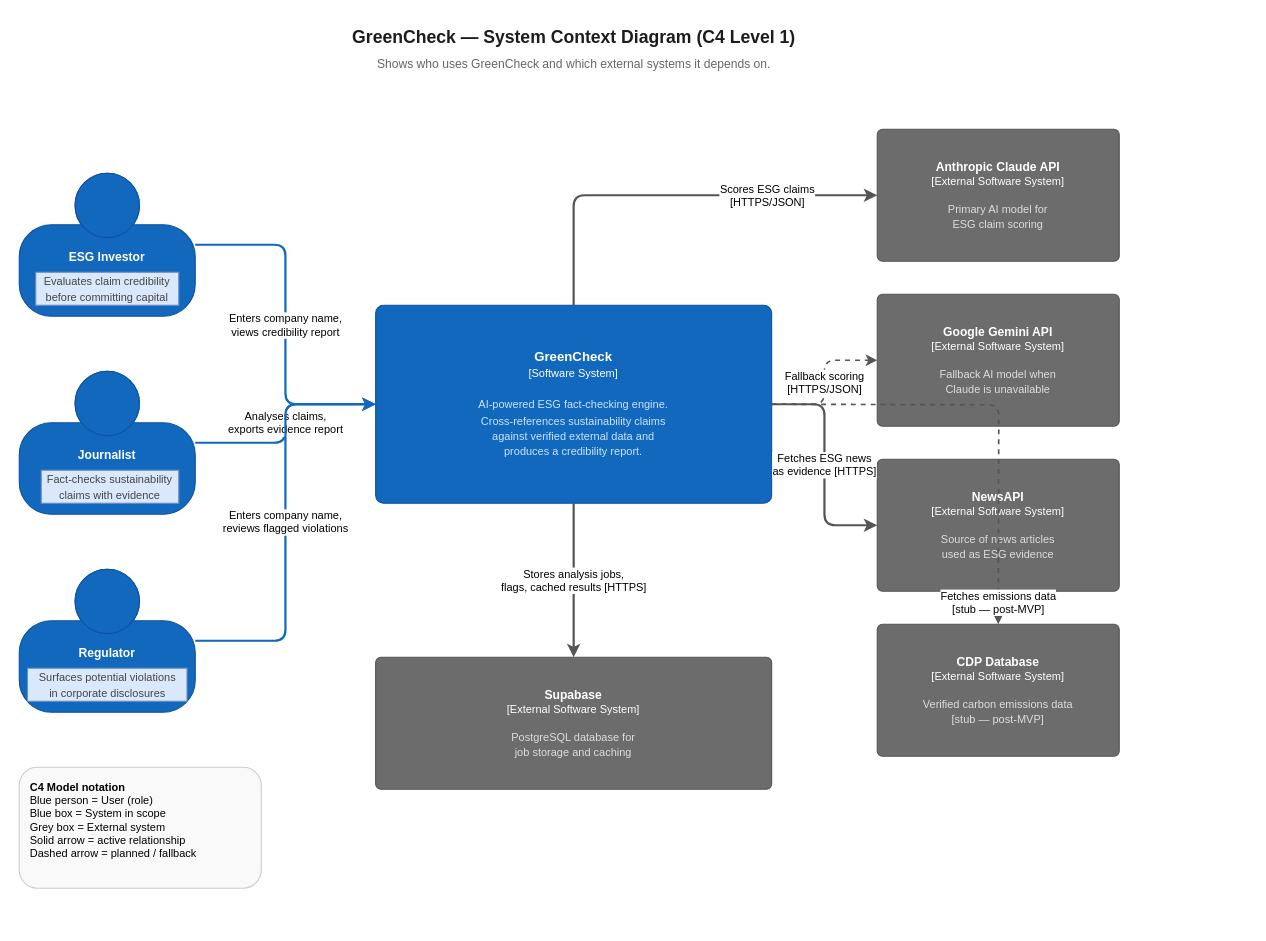
Above: docs/greencheck-c4-context.drawio in pd-a11y/greenwashing-detector (draw.io), before the change. Source tidied: cells renumbered, new cells numbered last; positions are measured from the earlier drawing's top-left corner, leaving out a move shared by most shapes. Both pictures are drawn from the tidied source at 110%, with x=0, y=0 at pixel (19, 19).
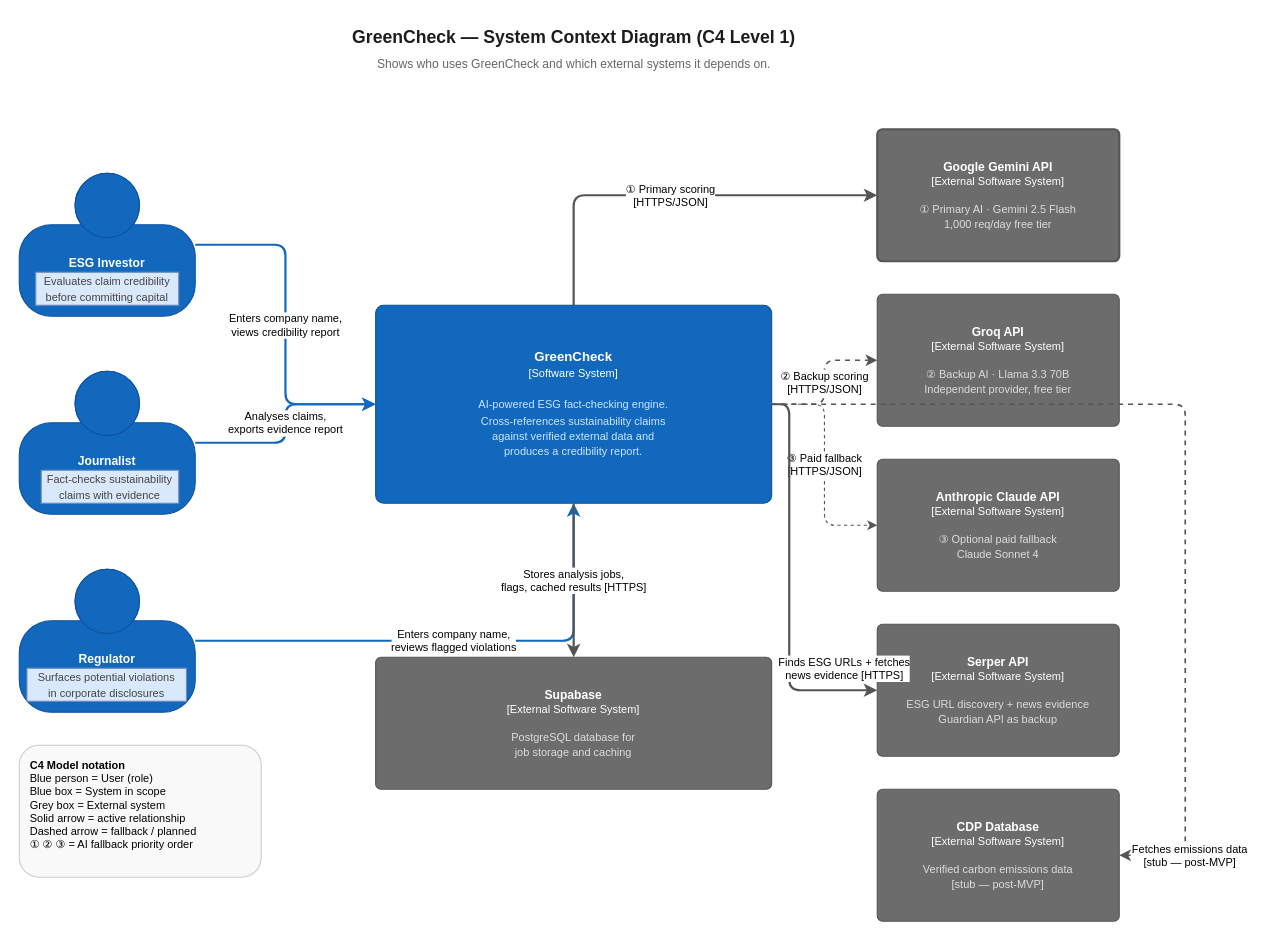
The same page after the edit.

The change refers to these unchanged cells:
```xml
<mxCell id="7" value="&lt;b&gt;GreenCheck&lt;/b&gt;&lt;br&gt;&lt;font style='font-size:10px'&gt;[Software System]&lt;/font&gt;&lt;br&gt;&lt;br&gt;&lt;font color='#cce5ff' style='font-size:10px'&gt;AI-powered ESG fact-checking engine.&lt;br&gt;Cross-references sustainability claims&lt;br&gt;against verified external data and&lt;br&gt;produces a credibility report.&lt;/font&gt;" style="rounded=1;whiteSpace=wrap;html=1;fillColor=#1168BD;strokeColor=#0E52A0;fontColor=#ffffff;fontSize=12;arcSize=4;verticalAlign=middle;" parent="1" vertex="1">
  <mxGeometry x="324" y="260" width="360" height="180" as="geometry" />
</mxCell>
```

Diff of the diagram source:
```diff
@@
-    <mxCell id="4" value="&lt;b&gt;ESG Investor&lt;/b&gt;&lt;div&gt;&lt;b&gt;&lt;br&gt;&lt;/b&gt;&lt;div&gt;&lt;br&gt;&lt;/div&gt;&lt;/div&gt;" style="shape=mxgraph.c4.person2;whiteSpace=wrap;html=1;fillColor=#1168BD;fontColor=#ffffff;strokeColor=#0E52A0;fontSize=11;" parent="1" vertex="1">
+    <mxCell id="4" value="&lt;b&gt;ESG Investor&lt;/b&gt;&lt;div&gt;&lt;br&gt;&lt;/div&gt;" style="shape=mxgraph.c4.person2;whiteSpace=wrap;html=1;fillColor=#1168BD;fontColor=#ffffff;strokeColor=#0E52A0;fontSize=11;" parent="1" vertex="1">
       <mxGeometry y="140" width="160" height="130" as="geometry" />
     </mxCell>
-    <mxCell id="5" value="&lt;b&gt;Journalist&lt;/b&gt;&lt;div&gt;&lt;br&gt;&lt;/div&gt;&lt;div&gt;&lt;br&gt;&lt;/div&gt;" style="shape=mxgraph.c4.person2;whiteSpace=wrap;html=1;fillColor=#1168BD;fontColor=#ffffff;strokeColor=#0E52A0;fontSize=11;" parent="1" vertex="1">
+    <mxCell id="5" value="&lt;b&gt;Journalist&lt;/b&gt;&lt;div&gt;&lt;br&gt;&lt;/div&gt;" style="shape=mxgraph.c4.person2;whiteSpace=wrap;html=1;fillColor=#1168BD;fontColor=#ffffff;strokeColor=#0E52A0;fontSize=11;" parent="1" vertex="1">
       <mxGeometry y="320" width="160" height="130" as="geometry" />
     </mxCell>
-    <mxCell id="6" value="&lt;b&gt;Regulator&lt;/b&gt;&lt;div&gt;&lt;br&gt;&lt;/div&gt;&lt;div&gt;&lt;br&gt;&lt;/div&gt;" style="shape=mxgraph.c4.person2;whiteSpace=wrap;html=1;fillColor=#1168BD;fontColor=#ffffff;strokeColor=#0E52A0;fontSize=11;" parent="1" vertex="1">
+    <mxCell id="6" value="&lt;b&gt;Regulator&lt;/b&gt;&lt;div&gt;&lt;br&gt;&lt;/div&gt;" style="shape=mxgraph.c4.person2;whiteSpace=wrap;html=1;fillColor=#1168BD;fontColor=#ffffff;strokeColor=#0E52A0;fontSize=11;" parent="1" vertex="1">
       <mxGeometry y="500" width="160" height="130" as="geometry" />
     </mxCell>
@@
+    <mxCell id="9" value="&lt;b&gt;Google Gemini API&lt;/b&gt;&lt;br&gt;&lt;font style='font-size:10px'&gt;[External Software System]&lt;/font&gt;&lt;br&gt;&lt;br&gt;&lt;font color='#ddd' style='font-size:10px'&gt;① Primary AI · Gemini 2.5 Flash&lt;br&gt;1,000 req/day free tier&lt;/font&gt;" style="rounded=1;whiteSpace=wrap;html=1;fillColor=#6C6C6C;strokeColor=#555555;fontColor=#ffffff;fontSize=11;arcSize=4;strokeWidth=2;" parent="1" vertex="1">
+      <mxGeometry x="780" y="100" width="220" height="120" as="geometry" />
+    </mxCell>
+    <mxCell id="25" value="&lt;b&gt;Groq API&lt;/b&gt;&lt;br&gt;&lt;font style='font-size:10px'&gt;[External Software System]&lt;/font&gt;&lt;br&gt;&lt;br&gt;&lt;font color='#ddd' style='font-size:10px'&gt;② Backup AI · Llama 3.3 70B&lt;br&gt;Independent provider, free tier&lt;/font&gt;" style="rounded=1;whiteSpace=wrap;html=1;fillColor=#6C6C6C;strokeColor=#555555;fontColor=#ffffff;fontSize=11;arcSize=4;strokeDasharray=6 3;" parent="1" vertex="1">
+      <mxGeometry x="780" y="250" width="220" height="120" as="geometry" />
+    </mxCell>
-    <mxCell id="8" value="&lt;b&gt;Anthropic Claude API&lt;/b&gt;&lt;br&gt;&lt;font style='font-size:10px'&gt;[External Software System]&lt;/font&gt;&lt;br&gt;&lt;br&gt;&lt;font color='#ddd' style='font-size:10px'&gt;Primary AI model for&lt;br&gt;ESG claim scoring&lt;/font&gt;" style="rounded=1;whiteSpace=wrap;html=1;fillColor=#6C6C6C;strokeColor=#555555;fontColor=#ffffff;fontSize=11;arcSize=4;" parent="1" vertex="1">
-      <mxGeometry x="780" y="100" width="220" height="120" as="geometry" />
+    <mxCell id="8" value="&lt;b&gt;Anthropic Claude API&lt;/b&gt;&lt;br&gt;&lt;font style='font-size:10px'&gt;[External Software System]&lt;/font&gt;&lt;br&gt;&lt;br&gt;&lt;font color='#ddd' style='font-size:10px'&gt;③ Optional paid fallback&lt;br&gt;Claude Sonnet 4&lt;/font&gt;" style="rounded=1;whiteSpace=wrap;html=1;fillColor=#6C6C6C;strokeColor=#555555;fontColor=#ffffff;fontSize=11;arcSize=4;strokeDasharray=4 4;" parent="1" vertex="1">
+      <mxGeometry x="780" y="400" width="220" height="120" as="geometry" />
     </mxCell>
-    <mxCell id="9" value="&lt;b&gt;Google Gemini API&lt;/b&gt;&lt;br&gt;&lt;font style='font-size:10px'&gt;[External Software System]&lt;/font&gt;&lt;br&gt;&lt;br&gt;&lt;font color='#ddd' style='font-size:10px'&gt;Fallback AI model when&lt;br&gt;Claude is unavailable&lt;/font&gt;" style="rounded=1;whiteSpace=wrap;html=1;fillColor=#6C6C6C;strokeColor=#555555;fontColor=#ffffff;fontSize=11;arcSize=4;" parent="1" vertex="1">
-      <mxGeometry x="780" y="250" width="220" height="120" as="geometry" />
-    </mxCell>
-    <mxCell id="10" value="&lt;b&gt;NewsAPI&lt;/b&gt;&lt;br&gt;&lt;font style='font-size:10px'&gt;[External Software System]&lt;/font&gt;&lt;br&gt;&lt;br&gt;&lt;font color='#ddd' style='font-size:10px'&gt;Source of news articles&lt;br&gt;used as ESG evidence&lt;/font&gt;" style="rounded=1;whiteSpace=wrap;html=1;fillColor=#6C6C6C;strokeColor=#555555;fontColor=#ffffff;fontSize=11;arcSize=4;" parent="1" vertex="1">
-      <mxGeometry x="780" y="400" width="220" height="120" as="geometry" />
-    </mxCell>
+    <mxCell id="26" value="&lt;b&gt;Serper API&lt;/b&gt;&lt;br&gt;&lt;font style='font-size:10px'&gt;[External Software System]&lt;/font&gt;&lt;br&gt;&lt;br&gt;&lt;font color='#ddd' style='font-size:10px'&gt;ESG URL discovery + news evidence&lt;br&gt;Guardian API as backup&lt;/font&gt;" style="rounded=1;whiteSpace=wrap;html=1;fillColor=#6C6C6C;strokeColor=#555555;fontColor=#ffffff;fontSize=11;arcSize=4;" parent="1" vertex="1">
+      <mxGeometry x="780" y="550" width="220" height="120" as="geometry" />
+    </mxCell>
     <mxCell id="11" value="&lt;b&gt;CDP Database&lt;/b&gt;&lt;br&gt;&lt;font style='font-size:10px'&gt;[External Software System]&lt;/font&gt;&lt;br&gt;&lt;br&gt;&lt;font color='#ddd' style='font-size:10px'&gt;Verified carbon emissions data&lt;br&gt;[stub — post-MVP]&lt;/font&gt;" style="rounded=1;whiteSpace=wrap;html=1;fillColor=#6C6C6C;strokeColor=#555555;fontColor=#ffffff;fontSize=11;arcSize=4;strokeDasharray=6 3;" parent="1" vertex="1">
-      <mxGeometry x="780" y="550" width="220" height="120" as="geometry" />
+      <mxGeometry x="780" y="700" width="220" height="120" as="geometry" />
     </mxCell>
@@
-    <mxCell id="13" value="Enters company name,&lt;br&gt;views credibility report" style="edgeStyle=orthogonalEdgeStyle;html=1;strokeColor=#1168BD;strokeWidth=2;fontSize=10;exitX=1;exitY=0.5;exitDx=0;exitDy=0;" parent="1" edge="1" source="4" target="7">
+    <mxCell id="13" value="Enters company name,&lt;br&gt;views credibility report" style="edgeStyle=orthogonalEdgeStyle;html=1;strokeColor=#1168BD;strokeWidth=2;fontSize=10;" parent="1" edge="1" source="4" target="7">
       <mxGeometry relative="1" as="geometry" />
     </mxCell>
-    <mxCell id="14" value="Analyses claims,&lt;br&gt;exports evidence &lt;span style=&quot;background-color: light-dark(#ffffff, var(--ge-dark-color, #121212));&quot;&gt;report&lt;/span&gt;" style="edgeStyle=orthogonalEdgeStyle;html=1;strokeColor=#1168BD;strokeWidth=2;fontSize=10;" parent="1" edge="1" source="5" target="7">
+    <mxCell id="14" value="Analyses claims,&lt;br&gt;exports evidence report" style="edgeStyle=orthogonalEdgeStyle;html=1;strokeColor=#1168BD;strokeWidth=2;fontSize=10;" parent="1" edge="1" source="5" target="7">
       <mxGeometry relative="1" as="geometry" />
     </mxCell>
-    <mxCell id="15" value="&lt;div&gt;Enters company name,&lt;/div&gt;&lt;div&gt;reviews flagged violations&lt;/div&gt;" style="edgeStyle=orthogonalEdgeStyle;html=1;strokeColor=#1168BD;strokeWidth=2;fontSize=10;exitX=1;exitY=0.5;exitDx=0;exitDy=0;entryX=0;entryY=0.5;entryDx=0;entryDy=0;" parent="1" edge="1" source="6" target="7">
+    <mxCell id="15" value="Enters company name,&lt;br&gt;reviews flagged violations" style="edgeStyle=orthogonalEdgeStyle;html=1;strokeColor=#1168BD;strokeWidth=2;fontSize=10;" parent="1" edge="1" source="6" target="7">
       <mxGeometry relative="1" as="geometry" />
     </mxCell>
+    <mxCell id="17" value="① Primary scoring&lt;br&gt;[HTTPS/JSON]" style="edgeStyle=orthogonalEdgeStyle;html=1;strokeColor=#555555;strokeWidth=2;fontSize=10;" parent="1" edge="1" source="7" target="9">
+      <mxGeometry relative="1" as="geometry">
+        <Array as="points">
+          <mxPoint x="504" y="160" />
+        </Array>
+      </mxGeometry>
+    </mxCell>
+    <mxCell id="27" value="② Backup scoring&lt;br&gt;[HTTPS/JSON]" style="edgeStyle=orthogonalEdgeStyle;html=1;strokeColor=#555555;strokeWidth=1.5;dashed=1;fontSize=10;" parent="1" edge="1" source="7" target="25">
+      <mxGeometry relative="1" as="geometry" />
+    </mxCell>
-    <mxCell id="16" value="Scores ESG claims&lt;br&gt;[HTTPS/JSON]" style="edgeStyle=orthogonalEdgeStyle;html=1;strokeColor=#555555;strokeWidth=2;fontSize=10;" parent="1" edge="1" source="7" target="8">
-      <mxGeometry x="0.47" relative="1" as="geometry">
-        <Array as="points">
-          <mxPoint x="504" y="160" />
-        </Array>
-      </mxGeometry>
+    <mxCell id="16" value="③ Paid fallback&lt;br&gt;[HTTPS/JSON]" style="edgeStyle=orthogonalEdgeStyle;html=1;strokeColor=#555555;strokeWidth=1;dashed=1;fontSize=10;strokeDasharray=4 4;" parent="1" edge="1" source="7" target="8">
+      <mxGeometry relative="1" as="geometry" />
     </mxCell>
-    <mxCell id="17" value="Fallback scoring&lt;br&gt;[HTTPS/JSON]" style="edgeStyle=orthogonalEdgeStyle;html=1;strokeColor=#555555;strokeWidth=1.5;dashed=1;fontSize=10;" parent="1" edge="1" source="7" target="9">
-      <mxGeometry relative="1" as="geometry" />
-    </mxCell>
-    <mxCell id="18" value="Fetches ESG news&lt;br&gt;as evidence [HTTPS]" style="edgeStyle=orthogonalEdgeStyle;html=1;strokeColor=#555555;strokeWidth=2;fontSize=10;" parent="1" edge="1" source="7" target="10">
-      <mxGeometry relative="1" as="geometry" />
-    </mxCell>
+    <mxCell id="28" value="Finds ESG URLs + fetches&lt;br&gt;news evidence [HTTPS]" style="edgeStyle=orthogonalEdgeStyle;html=1;strokeColor=#555555;strokeWidth=2;fontSize=10;" parent="1" edge="1" source="7" target="26">
+      <mxGeometry x="0.83" y="20" relative="1" as="geometry">
+        <Array as="points">
+          <mxPoint x="700" y="350" />
+          <mxPoint x="700" y="610" />
+        </Array>
+      </mxGeometry>
+    </mxCell>
-    <mxCell id="19" value="Fetches emissions data&lt;br&gt;[stub — post-MVP]" style="edgeStyle=orthogonalEdgeStyle;html=1;strokeColor=#555555;strokeWidth=1.5;dashed=1;fontSize=10;" parent="1" edge="1">
-      <mxGeometry x="0.9" relative="1" as="geometry">
+    <mxCell id="19" value="Fetches emissions data&lt;br&gt;[stub — post-MVP]" style="edgeStyle=orthogonalEdgeStyle;html=1;strokeColor=#555555;strokeWidth=1.5;dashed=1;fontSize=10;" parent="1" edge="1" target="11">
+      <mxGeometry x="0.92" y="-30" relative="1" as="geometry">
         <mxPoint x="684" y="350" as="sourcePoint" />
-        <mxPoint x="890" y="550" as="targetPoint" />
+        <Array as="points">
+          <mxPoint x="1060" y="350" />
+          <mxPoint x="1060" y="760" />
+        </Array>
+        <mxPoint x="30" y="30" as="offset" />
       </mxGeometry>
     </mxCell>
@@
-    <mxCell id="21" value="&lt;b&gt;C4 Model notation&lt;/b&gt;&lt;br&gt;Blue person = User (role)&lt;br&gt;Blue box = System in scope&lt;br&gt;Grey box = External system&lt;br&gt;Solid arrow = active relationship&lt;br&gt;Dashed arrow = planned / fallback" style="text;html=1;strokeColor=#cccccc;fillColor=#f9f9f9;fontSize=10;align=left;verticalAlign=top;spacingLeft=8;spacingTop=6;rounded=1;" parent="1" vertex="1">
-      <mxGeometry y="680" width="220" height="110" as="geometry" />
+    <mxCell id="21" value="&lt;b&gt;C4 Model notation&lt;/b&gt;&lt;br&gt;Blue person = User (role)&lt;br&gt;Blue box = System in scope&lt;br&gt;Grey box = External system&lt;br&gt;Solid arrow = active relationship&lt;br&gt;Dashed arrow = fallback / planned&lt;br&gt;① ② ③ = AI fallback priority order" style="text;html=1;strokeColor=#cccccc;fillColor=#f9f9f9;fontSize=10;align=left;verticalAlign=top;spacingLeft=8;spacingTop=6;rounded=1;" parent="1" vertex="1">
+      <mxGeometry y="660" width="220" height="120" as="geometry" />
     </mxCell>
-    <mxCell id="22" value="&lt;span style=&quot;color: rgb(68, 68, 68); font-size: 10px;&quot;&gt;Evaluates claim credibility&lt;/span&gt;&lt;br style=&quot;color: rgb(68, 68, 68); font-size: 10px;&quot;&gt;&lt;span style=&quot;color: rgb(68, 68, 68); font-size: 10px;&quot;&gt;before committing capital&lt;/span&gt;" style="text;html=1;whiteSpace=wrap;align=center;verticalAlign=middle;rounded=0;fillColor=#dae8fc;strokeColor=#6c8ebf;" parent="1" vertex="1">
+    <mxCell id="22" value="&lt;span style=&quot;color: rgb(68, 68, 68); font-size: 10px;&quot;&gt;Evaluates claim credibility&lt;br&gt;before committing capital&lt;/span&gt;" style="text;html=1;whiteSpace=wrap;align=center;verticalAlign=middle;rounded=0;fillColor=#dae8fc;strokeColor=#6c8ebf;" parent="1" vertex="1">
       <mxGeometry x="15" y="230" width="130" height="30" as="geometry" />
     </mxCell>
-    <mxCell id="23" value="&lt;span style=&quot;color: rgb(68, 68, 68); font-size: 10px;&quot;&gt;Fact-checks sustainability&lt;/span&gt;&lt;br style=&quot;color: rgb(68, 68, 68); font-size: 10px;&quot;&gt;&lt;span style=&quot;color: rgb(68, 68, 68); font-size: 10px;&quot;&gt;claims with evidence&lt;/span&gt;" style="text;html=1;whiteSpace=wrap;strokeColor=#6c8ebf;fillColor=#dae8fc;align=center;verticalAlign=middle;rounded=0;" parent="1" vertex="1">
+    <mxCell id="23" value="&lt;span style=&quot;color: rgb(68, 68, 68); font-size: 10px;&quot;&gt;Fact-checks sustainability&lt;br&gt;claims with evidence&lt;/span&gt;" style="text;html=1;whiteSpace=wrap;strokeColor=#6c8ebf;fillColor=#dae8fc;align=center;verticalAlign=middle;rounded=0;" parent="1" vertex="1">
       <mxGeometry x="20" y="410" width="125" height="30" as="geometry" />
     </mxCell>
-    <mxCell id="24" value="&lt;span style=&quot;color: rgb(68, 68, 68); font-size: 10px;&quot;&gt;Surfaces potential violations&lt;/span&gt;&lt;br style=&quot;color: rgb(68, 68, 68); font-size: 10px;&quot;&gt;&lt;span style=&quot;color: rgb(68, 68, 68); font-size: 10px;&quot;&gt;in corporate disclosures&lt;/span&gt;" style="text;html=1;whiteSpace=wrap;strokeColor=#6c8ebf;fillColor=#dae8fc;align=center;verticalAlign=middle;rounded=0;" parent="1" vertex="1">
-      <mxGeometry x="7.5" y="590" width="145" height="30" as="geometry" />
+    <mxCell id="24" value="&lt;span style=&quot;color: rgb(68, 68, 68); font-size: 10px;&quot;&gt;Surfaces potential violations&lt;br&gt;in corporate disclosures&lt;/span&gt;" style="text;html=1;whiteSpace=wrap;strokeColor=#6c8ebf;fillColor=#dae8fc;align=center;verticalAlign=middle;rounded=0;" parent="1" vertex="1">
+      <mxGeometry x="7" y="590" width="145" height="30" as="geometry" />
     </mxCell>
```
